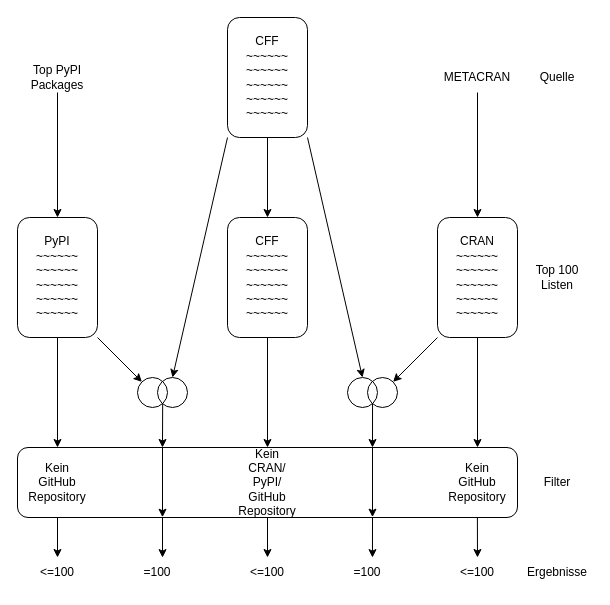
Earlier version of the draw.io diagram docs/bilder/Listen.drawio (killi199/Master-Thesis). Source tidied: cells renumbered, new cells numbered last; positions are measured from the earlier drawing's top-left corner, leaving out a move shared by most shapes. Both pictures are drawn from the tidied source at 100%, with x=0, y=0 at pixel (17, 17).
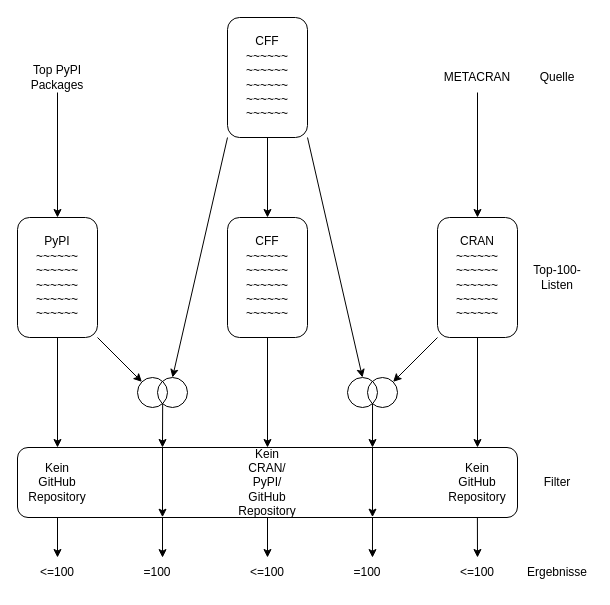
After the change.

The edit, as a diff of the source:
```diff
@@
-    <mxCell id="25" value="Top 100 Listen" style="text;html=1;align=center;verticalAlign=middle;whiteSpace=wrap;rounded=0;" parent="1" vertex="1">
+    <mxCell id="25" value="Top-100-Listen" style="text;html=1;align=center;verticalAlign=middle;whiteSpace=wrap;rounded=0;" parent="1" vertex="1">
       <mxGeometry x="510" y="245" width="60" height="30" as="geometry" />
     </mxCell>
```
